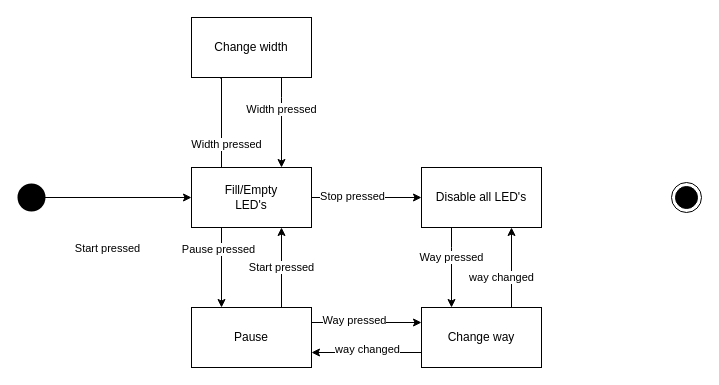
The draw.io diagram files/02_Zustandsdiagramm.drawio in ddemiraj/m242_project, before the edit. Source tidied: cells renumbered, new cells numbered last; positions are measured from the earlier drawing's top-left corner, leaving out a move shared by most shapes. Both pictures are drawn from the tidied source at 100%, with x=0, y=0 at pixel (21, 17).
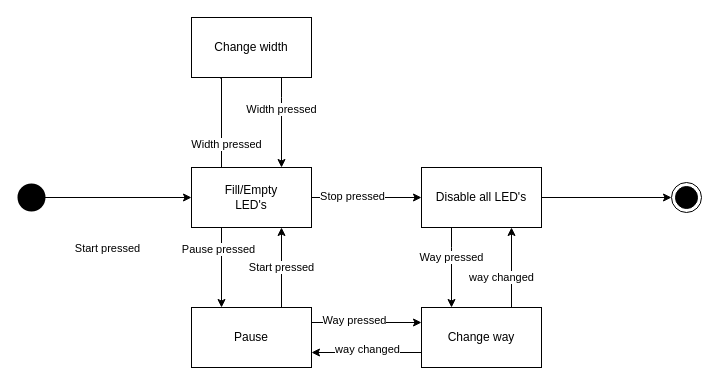
The same page after the edit.

Unchanged cells that the change refers to:
```xml
<mxCell id="10" style="ellipse;html=1;shape=endState;fillColor=#000000;" parent="1" vertex="1">
  <mxGeometry x="650" y="165" width="30" height="30" as="geometry" />
</mxCell>
<mxCell id="15" value="Disable all LED's" style="rounded=0;whiteSpace=wrap;html=1;" parent="1" vertex="1">
  <mxGeometry x="400" y="150" width="120" height="60" as="geometry" />
</mxCell>
```

Diff of the diagram source:
```diff
@@
+    <mxCell id="27" style="edgeStyle=orthogonalEdgeStyle;rounded=0;jettySize=auto;html=1;exitX=1;exitY=0.5;exitDx=0;exitDy=0;entryX=0;entryY=0.5;entryDx=0;entryDy=0;" parent="1" edge="1" source="15" target="10">
+      <mxGeometry relative="1" as="geometry" />
+    </mxCell>
```
